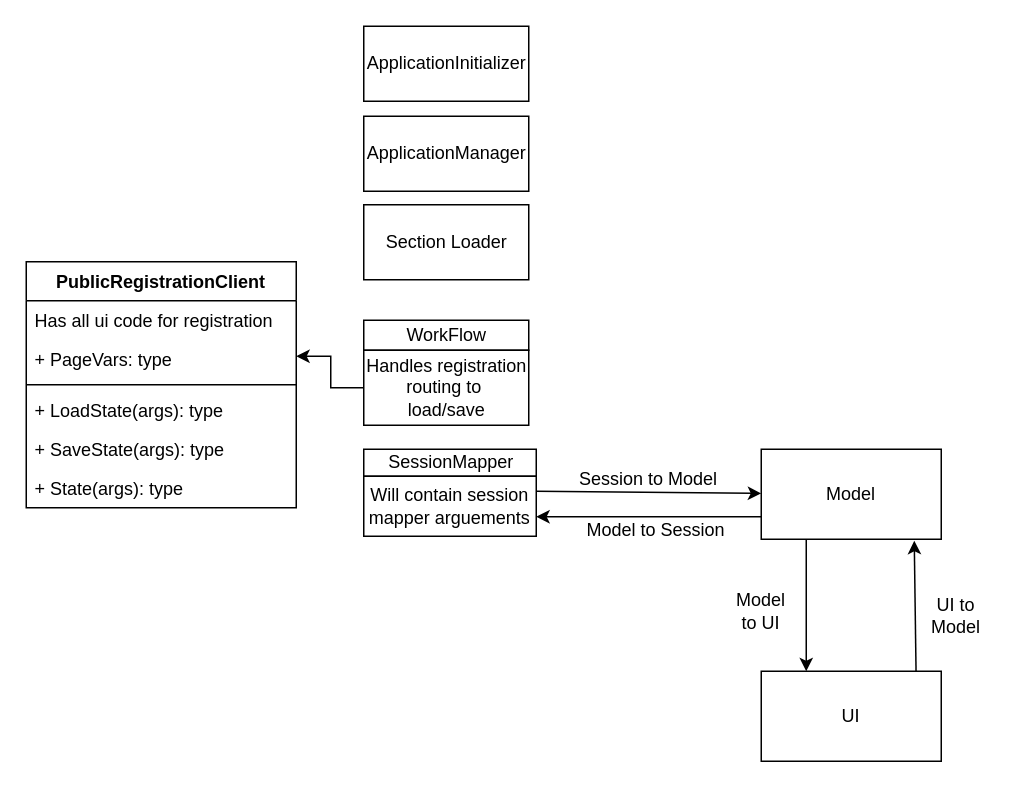
Earlier version of the draw.io diagram PublicRegistrationClassDiagram.drawio (shelbyharris/Registration). Source tidied: cells renumbered, new cells numbered last; positions are measured from the earlier drawing's top-left corner, leaving out a move shared by most shapes. Both pictures are drawn from the tidied source at 150%, with x=0, y=0 at pixel (26, 26).
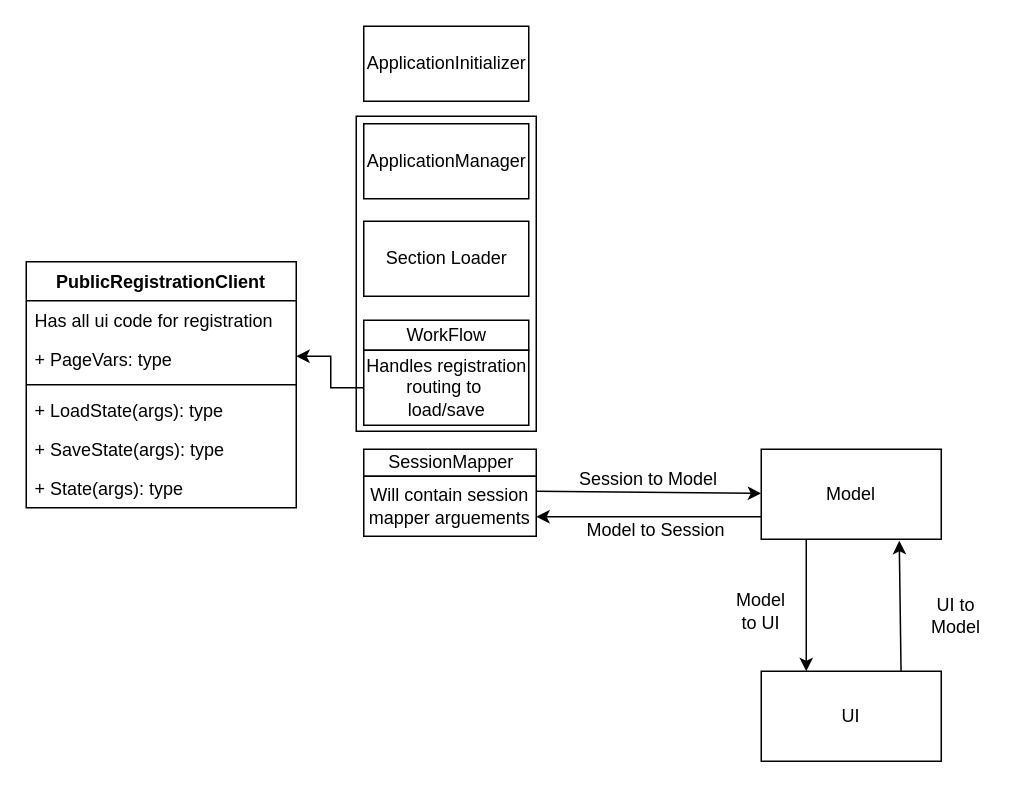
The same diagram, later.

The change refers to these unchanged cells:
```xml
<mxCell id="17" value="Model" style="rounded=0;whiteSpace=wrap;html=1;" parent="1" vertex="1">
  <mxGeometry x="490" y="282" width="120" height="60" as="geometry" />
</mxCell>
<mxCell id="18" value="UI" style="rounded=0;whiteSpace=wrap;html=1;" parent="1" vertex="1">
  <mxGeometry x="490" y="430" width="120" height="60" as="geometry" />
</mxCell>
```

Diff of the diagram source:
```diff
@@
+    <mxCell id="27" style="rounded=0;whiteSpace=wrap;html=1;" parent="1" vertex="1">
+      <mxGeometry x="220" y="60" width="120" height="210" as="geometry" />
+    </mxCell>
@@
     <mxCell id="12" value="ApplicationManager" style="html=1;" parent="1" vertex="1">
-      <mxGeometry x="225" y="60" width="110" height="50" as="geometry" />
+      <mxGeometry x="225" y="65" width="110" height="50" as="geometry" />
     </mxCell>
@@
     <mxCell id="15" value="Section Loader" style="html=1;" parent="1" vertex="1">
-      <mxGeometry x="225" y="119" width="110" height="50" as="geometry" />
+      <mxGeometry x="225" y="130" width="110" height="50" as="geometry" />
     </mxCell>
@@
-    <mxCell id="24" style="endArrow=classic;html=1;exitX=0.86;exitY=-0.003;exitDx=0;exitDy=0;exitPerimeter=0;entryX=0.85;entryY=1.017;entryDx=0;entryDy=0;entryPerimeter=0;" parent="1" edge="1" source="18" target="17">
-      <mxGeometry relative="1" as="geometry" />
+    <mxCell id="24" style="endArrow=classic;html=1;exitX=0.86;exitY=-0.003;exitDx=0;exitDy=0;exitPerimeter=0;entryX=0.85;entryY=1.017;entryDx=0;entryDy=0;entryPerimeter=0;" parent="1" edge="1">
+      <mxGeometry relative="1" as="geometry">
+        <mxPoint x="583.2" y="429.8" as="sourcePoint" />
+        <mxPoint x="582" y="343" as="targetPoint" />
+      </mxGeometry>
     </mxCell>
```
